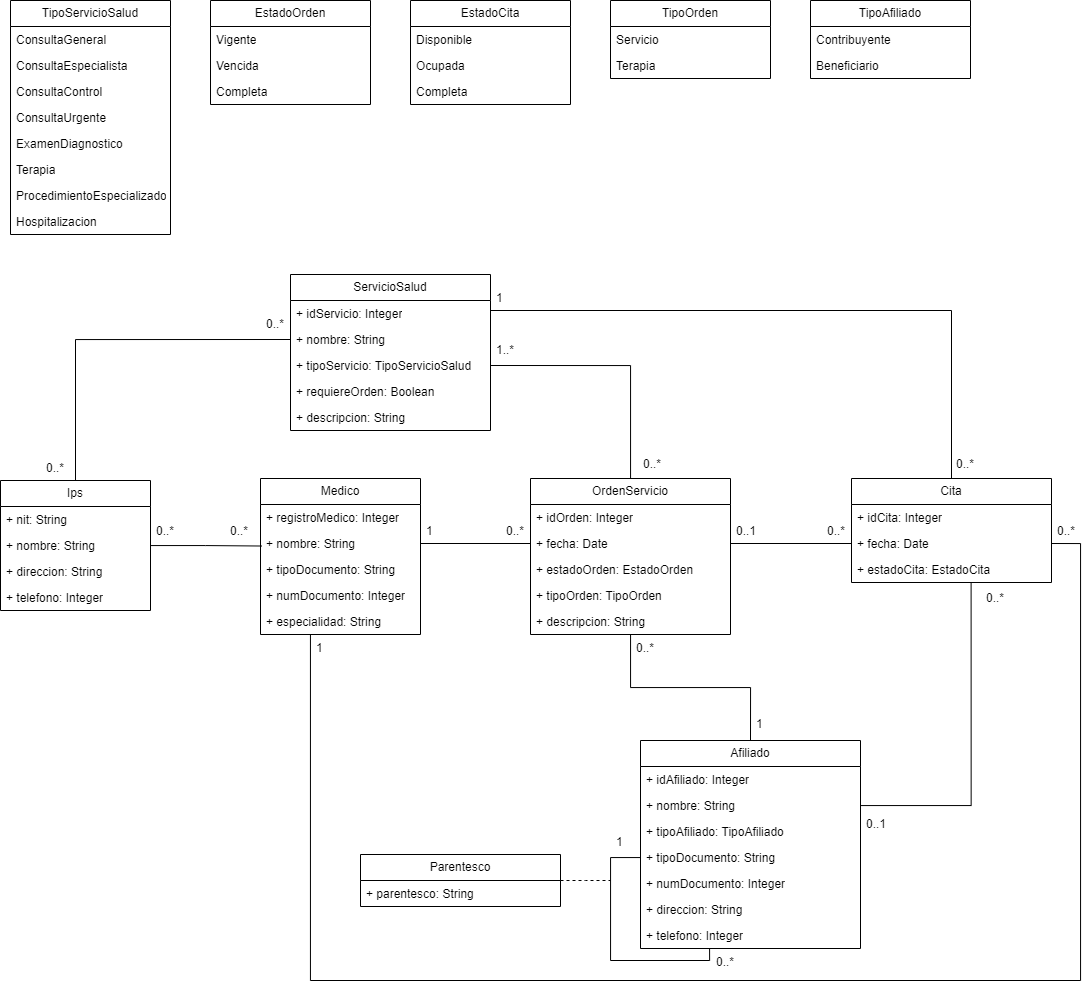
The draw.io diagram Diseño/Analisis y Modelo conceptual/Modelo UML/Modelo UML.png in crissortiz/Proyecto, before a commit. Source tidied: cells renumbered, new cells last; positions are measured from the earlier drawing's top-left corner, leaving out a move shared by most shapes.
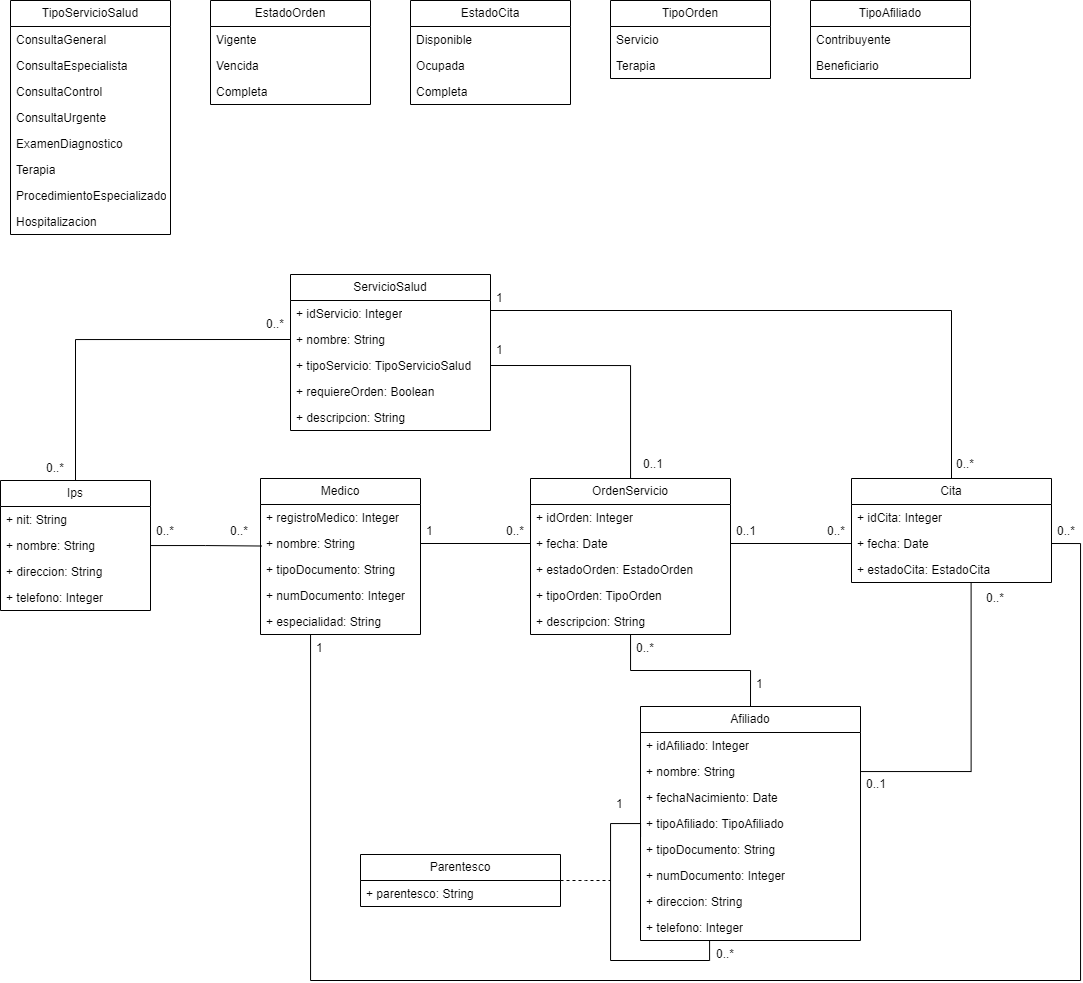
Above is the later version.

The edit, as a diff of the source:
```diff
@@ -111,7 +111,7 @@
       <mxGeometry y="78" width="200" height="26" as="geometry" />
     </mxCell>
     <mxCell id="34" value="Afiliado" style="swimlane;fontStyle=0;horizontal=1;startSize=26;fillColor=default;whiteSpace=wrap;html=1;" parent="1" vertex="1">
-      <mxGeometry x="640" y="740" width="220" height="208" as="geometry" />
+      <mxGeometry x="640" y="706" width="220" height="234" as="geometry" />
     </mxCell>
     <mxCell id="35" value="+ idAfiliado: Integer" style="text;strokeColor=none;fillColor=none;align=left;verticalAlign=top;spacingLeft=4;spacingRight=4;overflow=hidden;whiteSpace=wrap;html=1;" parent="34" vertex="1">
       <mxGeometry y="26" width="220" height="26" as="geometry" />
@@ -119,27 +119,31 @@
     <mxCell id="36" value="+ nombre: String" style="text;strokeColor=none;fillColor=none;align=left;verticalAlign=top;spacingLeft=4;spacingRight=4;overflow=hidden;points=[[0,0.5],[1,0.5]];portConstraint=eastwest;whiteSpace=wrap;html=1;" parent="34" vertex="1">
       <mxGeometry y="52" width="220" height="26" as="geometry" />
     </mxCell>
+    <mxCell id="93" value="+ fechaNacimiento: Date" style="text;strokeColor=none;fillColor=none;align=left;verticalAlign=top;spacingLeft=4;spacingRight=4;overflow=hidden;whiteSpace=wrap;html=1;" parent="34" vertex="1">
+      <mxGeometry y="78" width="220" height="26" as="geometry" />
+    </mxCell>
     <mxCell id="37" value="+ tipoAfiliado: TipoAfiliado" style="text;strokeColor=none;fillColor=none;align=left;verticalAlign=top;spacingLeft=4;spacingRight=4;overflow=hidden;whiteSpace=wrap;html=1;" parent="34" vertex="1">
-      <mxGeometry y="78" width="220" height="26" as="geometry" />
+      <mxGeometry y="104" width="220" height="26" as="geometry" />
     </mxCell>
     <mxCell id="38" value="+ tipoDocumento: String" style="text;strokeColor=none;fillColor=none;align=left;verticalAlign=top;spacingLeft=4;spacingRight=4;overflow=hidden;points=[[0,0.5],[1,0.5]];portConstraint=eastwest;whiteSpace=wrap;html=1;" parent="34" vertex="1">
-      <mxGeometry y="104" width="220" height="26" as="geometry" />
+      <mxGeometry y="130" width="220" height="26" as="geometry" />
     </mxCell>
     <mxCell id="39" value="+ numDocumento: Integer" style="text;strokeColor=none;fillColor=none;align=left;verticalAlign=top;spacingLeft=4;spacingRight=4;overflow=hidden;whiteSpace=wrap;html=1;" parent="34" vertex="1">
-      <mxGeometry y="130" width="220" height="26" as="geometry" />
+      <mxGeometry y="156" width="220" height="26" as="geometry" />
     </mxCell>
     <mxCell id="40" value="+ direccion: String" style="text;strokeColor=none;fillColor=none;align=left;verticalAlign=top;spacingLeft=4;spacingRight=4;overflow=hidden;whiteSpace=wrap;html=1;" parent="34" vertex="1">
-      <mxGeometry y="156" width="220" height="26" as="geometry" />
+      <mxGeometry y="182" width="220" height="26" as="geometry" />
     </mxCell>
     <mxCell id="41" value="+ telefono: Integer" style="text;strokeColor=none;fillColor=none;align=left;verticalAlign=top;spacingLeft=4;spacingRight=4;overflow=hidden;points=[[0,0.5],[1,0.5]];portConstraint=eastwest;whiteSpace=wrap;html=1;" parent="34" vertex="1">
-      <mxGeometry y="182" width="220" height="26" as="geometry" />
+      <mxGeometry y="208" width="220" height="26" as="geometry" />
     </mxCell>
     <mxCell id="42" style="edgeStyle=orthogonalEdgeStyle;rounded=0;jettySize=auto;html=1;entryX=0.314;entryY=1.005;entryDx=0;entryDy=0;entryPerimeter=0;endArrow=none;startFill=0;" parent="34" edge="1" source="38" target="41">
       <mxGeometry relative="1" as="geometry">
         <Array as="points">
+          <mxPoint y="117" />
           <mxPoint x="-30" y="117" />
-          <mxPoint x="-30" y="220" />
-          <mxPoint x="69" y="220" />
+          <mxPoint x="-30" y="254" />
+          <mxPoint x="69" y="254" />
         </Array>
       </mxGeometry>
     </mxCell>
@@ -190,10 +194,10 @@
     <mxCell id="57" value="0..*" style="text;strokeColor=none;fillColor=none;align=left;verticalAlign=top;spacingLeft=4;spacingRight=4;overflow=hidden;whiteSpace=wrap;html=1;" parent="1" vertex="1">
       <mxGeometry x="40" y="454" width="30" height="26" as="geometry" />
     </mxCell>
-    <mxCell id="58" value="0..*" style="text;strokeColor=none;fillColor=none;align=left;verticalAlign=top;spacingLeft=4;spacingRight=4;overflow=hidden;whiteSpace=wrap;html=1;" parent="1" vertex="1">
+    <mxCell id="58" value="0..1" style="text;strokeColor=none;fillColor=none;align=left;verticalAlign=top;spacingLeft=4;spacingRight=4;overflow=hidden;whiteSpace=wrap;html=1;" parent="1" vertex="1">
       <mxGeometry x="637" y="450" width="30" height="26" as="geometry" />
     </mxCell>
-    <mxCell id="59" value="1..*" style="text;strokeColor=none;fillColor=none;align=left;verticalAlign=top;spacingLeft=4;spacingRight=4;overflow=hidden;whiteSpace=wrap;html=1;" parent="1" vertex="1">
+    <mxCell id="59" value="1" style="text;strokeColor=none;fillColor=none;align=left;verticalAlign=top;spacingLeft=4;spacingRight=4;overflow=hidden;whiteSpace=wrap;html=1;" parent="1" vertex="1">
       <mxGeometry x="490" y="336" width="30" height="26" as="geometry" />
     </mxCell>
     <mxCell id="60" value="0..*" style="text;strokeColor=none;fillColor=none;align=left;verticalAlign=top;spacingLeft=4;spacingRight=4;overflow=hidden;whiteSpace=wrap;html=1;" parent="1" vertex="1">
@@ -206,19 +210,19 @@
       <mxGeometry x="630" y="634" width="30" height="26" as="geometry" />
     </mxCell>
     <mxCell id="63" value="1" style="text;strokeColor=none;fillColor=none;align=left;verticalAlign=top;spacingLeft=4;spacingRight=4;overflow=hidden;whiteSpace=wrap;html=1;" parent="1" vertex="1">
-      <mxGeometry x="750" y="710" width="30" height="26" as="geometry" />
+      <mxGeometry x="750" y="670" width="30" height="26" as="geometry" />
     </mxCell>
     <mxCell id="64" value="0..*" style="text;strokeColor=none;fillColor=none;align=left;verticalAlign=top;spacingLeft=4;spacingRight=4;overflow=hidden;whiteSpace=wrap;html=1;" parent="1" vertex="1">
       <mxGeometry x="980" y="584" width="30" height="26" as="geometry" />
     </mxCell>
     <mxCell id="65" value="0..1" style="text;strokeColor=none;fillColor=none;align=left;verticalAlign=top;spacingLeft=4;spacingRight=4;overflow=hidden;whiteSpace=wrap;html=1;" parent="1" vertex="1">
-      <mxGeometry x="860" y="810" width="30" height="26" as="geometry" />
+      <mxGeometry x="860" y="770" width="30" height="26" as="geometry" />
     </mxCell>
     <mxCell id="66" value="0..*" style="text;strokeColor=none;fillColor=none;align=left;verticalAlign=top;spacingLeft=4;spacingRight=4;overflow=hidden;whiteSpace=wrap;html=1;" parent="1" vertex="1">
-      <mxGeometry x="710" y="948" width="30" height="26" as="geometry" />
+      <mxGeometry x="710" y="940" width="30" height="26" as="geometry" />
     </mxCell>
     <mxCell id="67" value="1" style="text;strokeColor=none;fillColor=none;align=left;verticalAlign=top;spacingLeft=4;spacingRight=4;overflow=hidden;whiteSpace=wrap;html=1;" parent="1" vertex="1">
-      <mxGeometry x="610" y="828" width="30" height="26" as="geometry" />
+      <mxGeometry x="610" y="790" width="30" height="26" as="geometry" />
     </mxCell>
     <mxCell id="68" value="1" style="text;strokeColor=none;fillColor=none;align=left;verticalAlign=top;spacingLeft=4;spacingRight=4;overflow=hidden;whiteSpace=wrap;html=1;" parent="1" vertex="1">
       <mxGeometry x="310" y="634" width="30" height="26" as="geometry" />
```
